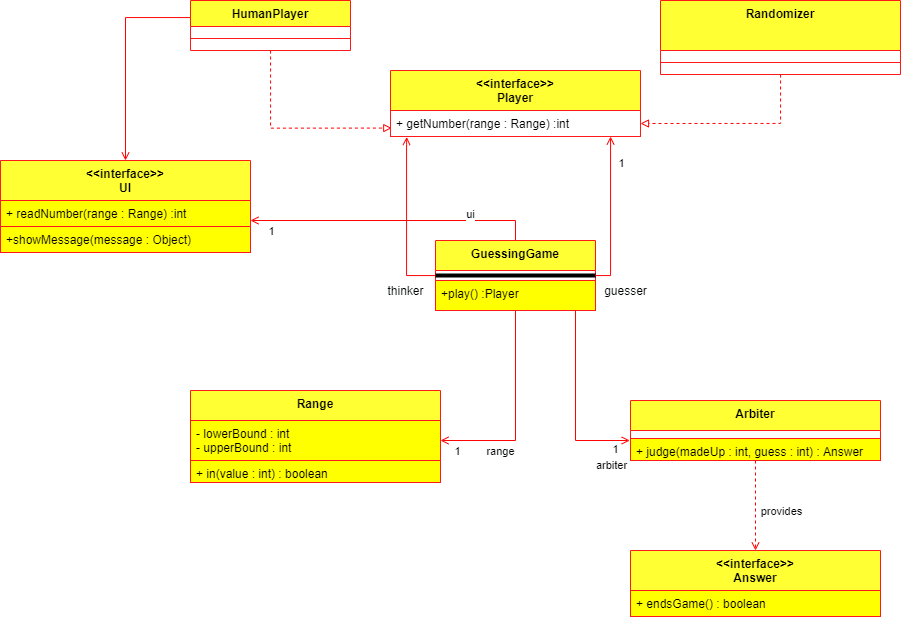
Szymon-Skazinski/CHARTS keeps this draw.io diagram as class_diagram_diagrams.png. Above is the earlier version. Source tidied: cells renumbered, new cells last; positions are measured from the earlier drawing's top-left corner, leaving out a move shared by most shapes.
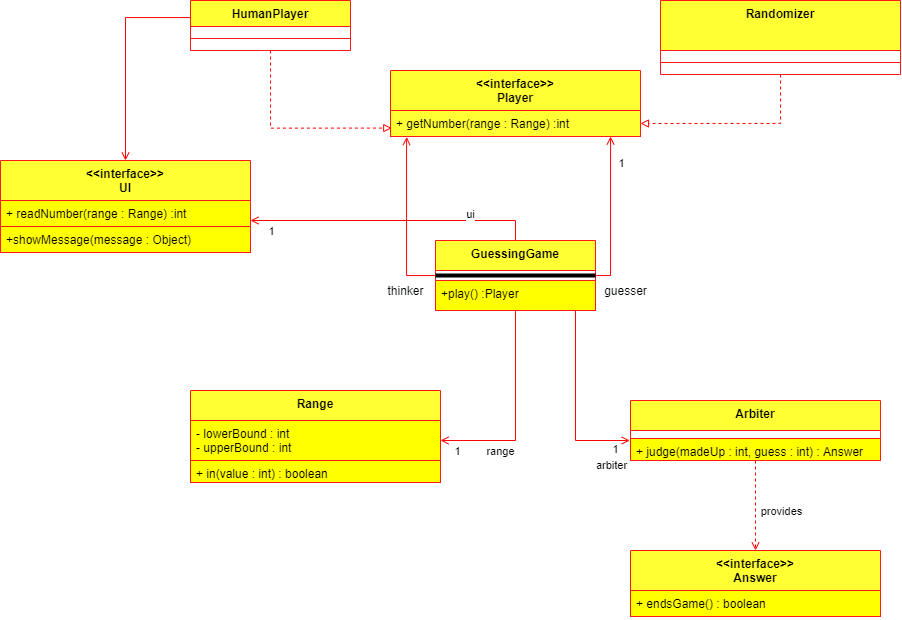
After the change.

Change to the diagram source:
```diff
@@ -163,7 +163,7 @@
     <mxCell id="39" value="&lt;&lt;interface&gt;&gt;&#10;Player" style="swimlane;fontStyle=1;align=center;verticalAlign=top;horizontal=1;startSize=40;fillColor=#FFFF33;strokeColor=#FF1919;" parent="1" vertex="1">
       <mxGeometry x="390" y="70" width="250" height="66" as="geometry" />
     </mxCell>
-    <mxCell id="40" value="+ getNumber(range : Range) :int" style="text;align=left;verticalAlign=top;spacingLeft=4;spacingRight=4;overflow=hidden;points=[[0,0.5],[1,0.5]];portConstraint=eastwest;strokeColor=#FF1919;labelBackgroundColor=none;fillColor=#ffffff;" parent="39" vertex="1">
+    <mxCell id="40" value="+ getNumber(range : Range) :int" style="text;align=left;verticalAlign=top;spacingLeft=4;spacingRight=4;overflow=hidden;points=[[0,0.5],[1,0.5]];portConstraint=eastwest;strokeColor=#FF1919;labelBackgroundColor=none;fillColor=#FFFF33;" parent="39" vertex="1">
       <mxGeometry y="40" width="250" height="26" as="geometry" />
     </mxCell>
   </root>
```
